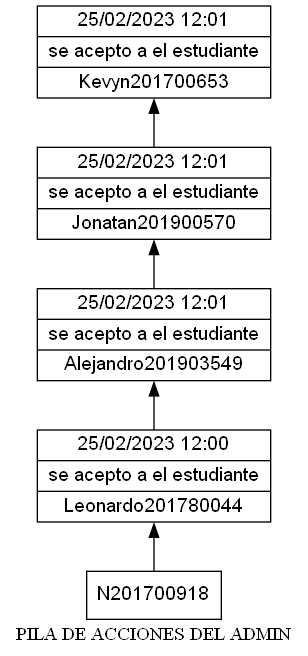
This is EDD_Proyecto1_Fase1/pila.png from Nahomi-Aparicio/EDD_1S2023_PY_202113293_F1, a Graphviz export, as it was before one commit. Its source is kept beside it as EDD_Proyecto1_Fase1/pila.dot.
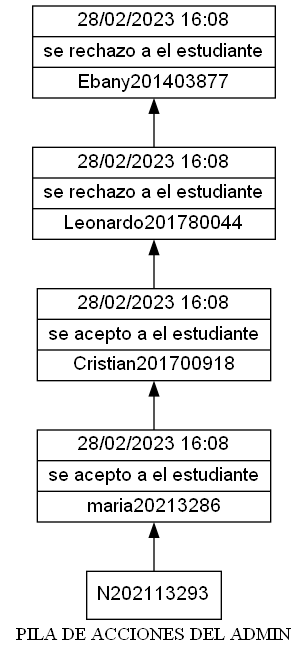
After the commit.

Diff of the diagram source:
```diff
@@ -3,12 +3,12 @@
 node [shape=box];
 node [shape=record fontname=Arial]
 label = "PILA DE ACCIONES DEL ADMIN";
-N201700653[label="{25/02/2023      12:01     |se acepto a el estudiante|Kevyn201700653}"];
-N201900570->N201700653;
-N201900570[label="{25/02/2023      12:01     |se acepto a el estudiante|Jonatan201900570}"];
-N201903549->N201900570;
-N201903549[label="{25/02/2023      12:01     |se acepto a el estudiante|Alejandro201903549}"];
-N201780044->N201903549;
-N201780044[label="{25/02/2023      12:00     |se acepto a el estudiante|Leonardo201780044}"];
+N201403877[label="{28/02/2023      16:08     |se rechazo a el estudiante|Ebany201403877}"];
+N201780044->N201403877;
+N201780044[label="{28/02/2023      16:08     |se rechazo a el estudiante|Leonardo201780044}"];
 N201700918->N201780044;
+N201700918[label="{28/02/2023      16:08     |se acepto a el estudiante|Cristian201700918}"];
+N20213286->N201700918;
+N20213286[label="{28/02/2023      16:08     |se acepto a el estudiante|maria20213286}"];
+N202113293->N20213286;
 }
```
